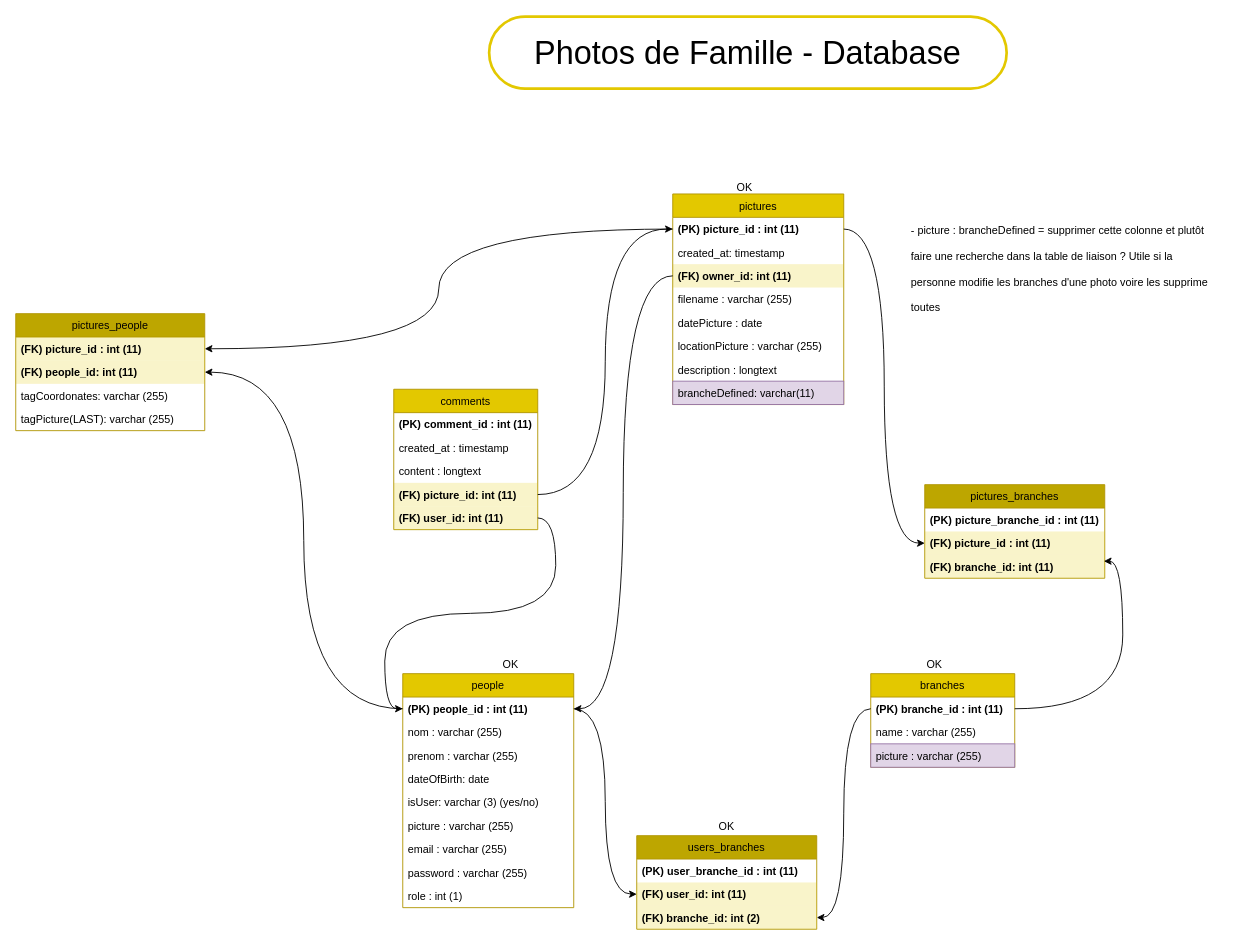
The draw.io diagram UML.drawio in HeleneGreat/photo-famille, before the edit. Source tidied: cells renumbered, new cells numbered last; positions are measured from the earlier drawing's top-left corner, leaving out a move shared by most shapes. Both pictures are drawn from the tidied source at 90%, with x=0, y=0 at pixel (15, 16).
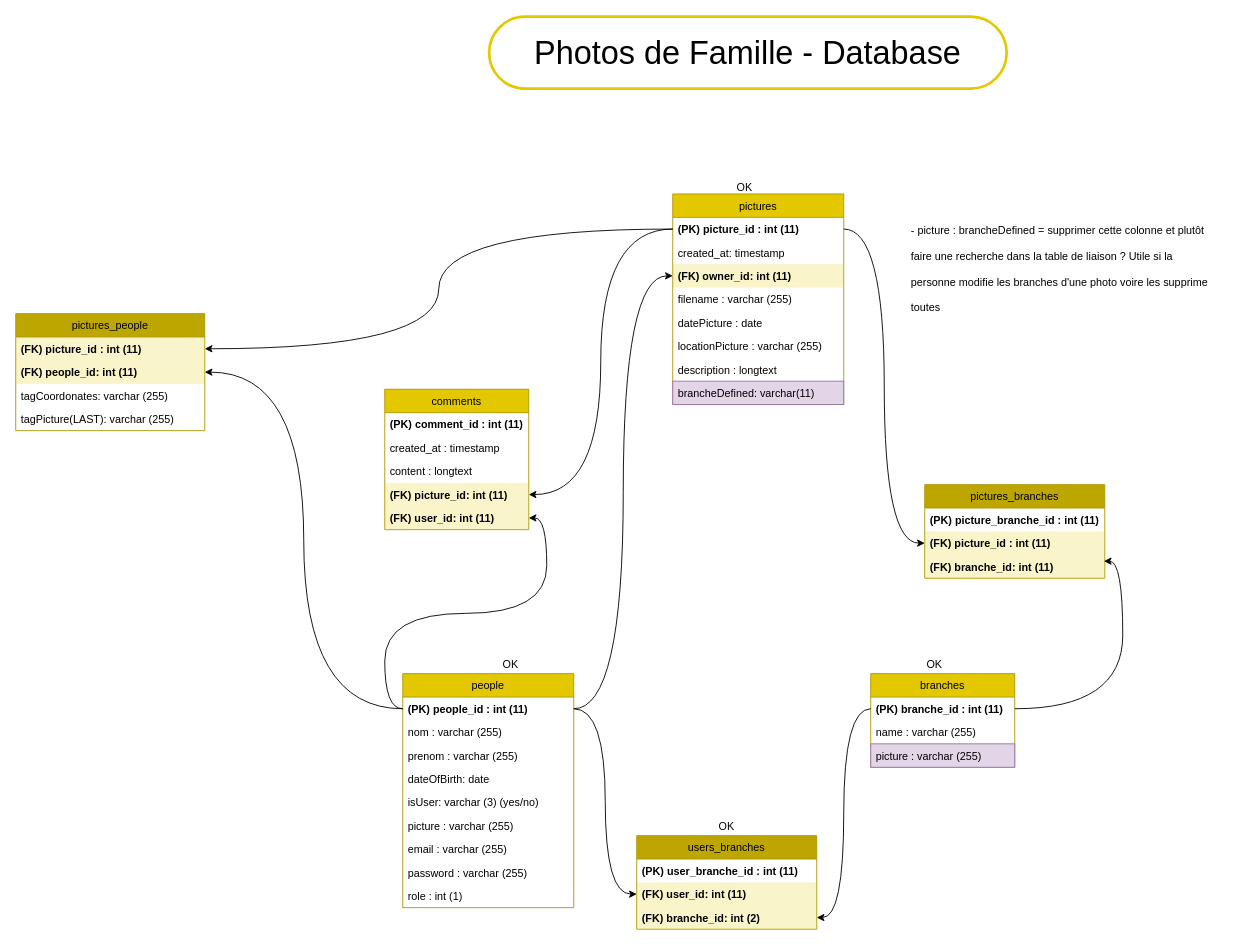
After the change.

Unchanged cells that the change refers to:
```xml
<mxCell id="3" value="(PK) people_id : int (11)" style="text;strokeColor=none;fillColor=none;align=left;verticalAlign=top;spacingLeft=4;spacingRight=4;overflow=hidden;points=[[0,0.5],[1,0.5]];portConstraint=eastwest;fontStyle=1;" parent="2" vertex="1">
  <mxGeometry y="26" width="190" height="26" as="geometry" />
</mxCell>
<mxCell id="13" value="(PK) picture_id : int (11)" style="text;strokeColor=none;fillColor=none;align=left;verticalAlign=top;spacingLeft=4;spacingRight=4;overflow=hidden;points=[[0,0.5],[1,0.5]];portConstraint=eastwest;fontStyle=1;" parent="12" vertex="1">
  <mxGeometry y="26" width="190" height="26" as="geometry" />
</mxCell>
<mxCell id="15" value="(FK) owner_id: int (11)" style="text;strokeColor=none;fillColor=#E3C80035;align=left;verticalAlign=top;spacingLeft=4;spacingRight=4;overflow=hidden;points=[[0,0.5],[1,0.5]];portConstraint=eastwest;fontStyle=1;" parent="12" vertex="1">
  <mxGeometry y="78" width="190" height="26" as="geometry" />
</mxCell>
<mxCell id="36" value="(FK) picture_id: int (11)" style="text;strokeColor=none;fillColor=#E3C80035;align=left;verticalAlign=top;spacingLeft=4;spacingRight=4;overflow=hidden;points=[[0,0.5],[1,0.5]];portConstraint=eastwest;fontStyle=1;" parent="32" vertex="1">
  <mxGeometry y="104" width="160" height="26" as="geometry" />
</mxCell>
<mxCell id="37" value="(FK) user_id: int (11)" style="text;strokeColor=none;fillColor=#E3C80035;align=left;verticalAlign=top;spacingLeft=4;spacingRight=4;overflow=hidden;points=[[0,0.5],[1,0.5]];portConstraint=eastwest;fontStyle=1;" parent="32" vertex="1">
  <mxGeometry y="130" width="160" height="26" as="geometry" />
</mxCell>
```

Diff of the diagram source:
```diff
@@
     <mxCell id="32" value="comments" style="swimlane;fontStyle=0;horizontal=1;startSize=26;fillColor=#e3c800;fontColor=#000000;strokeColor=#B09500;" parent="1" vertex="1">
-      <mxGeometry x="420" y="414" width="160" height="156" as="geometry" />
+      <mxGeometry x="410" y="414" width="160" height="156" as="geometry" />
     </mxCell>
@@
-    <mxCell id="38" style="edgeStyle=orthogonalEdgeStyle;curved=1;jettySize=auto;html=1;entryX=0;entryY=0.5;entryDx=0;entryDy=0;" parent="1" edge="1" source="37" target="3">
-      <mxGeometry relative="1" as="geometry" />
-    </mxCell>
@@
-    <mxCell id="54" style="edgeStyle=orthogonalEdgeStyle;jettySize=auto;html=1;entryX=0;entryY=0.5;entryDx=0;entryDy=0;curved=1;" parent="1" edge="1" source="36" target="13">
-      <mxGeometry relative="1" as="geometry" />
-    </mxCell>
-    <mxCell id="55" style="edgeStyle=orthogonalEdgeStyle;curved=1;jettySize=auto;html=1;" parent="1" edge="1" source="15" target="3">
-      <mxGeometry relative="1" as="geometry" />
-    </mxCell>
@@
+    <mxCell id="59" style="edgeStyle=orthogonalEdgeStyle;jettySize=auto;html=1;curved=1;" parent="1" edge="1" source="3" target="15">
+      <mxGeometry relative="1" as="geometry" />
+    </mxCell>
+    <mxCell id="60" style="edgeStyle=orthogonalEdgeStyle;curved=1;jettySize=auto;html=1;" parent="1" edge="1" source="3" target="37">
+      <mxGeometry relative="1" as="geometry" />
+    </mxCell>
+    <mxCell id="61" style="edgeStyle=orthogonalEdgeStyle;curved=1;jettySize=auto;html=1;entryX=1;entryY=0.75;entryDx=0;entryDy=0;" parent="1" edge="1" source="13" target="32">
+      <mxGeometry relative="1" as="geometry" />
+    </mxCell>
```
